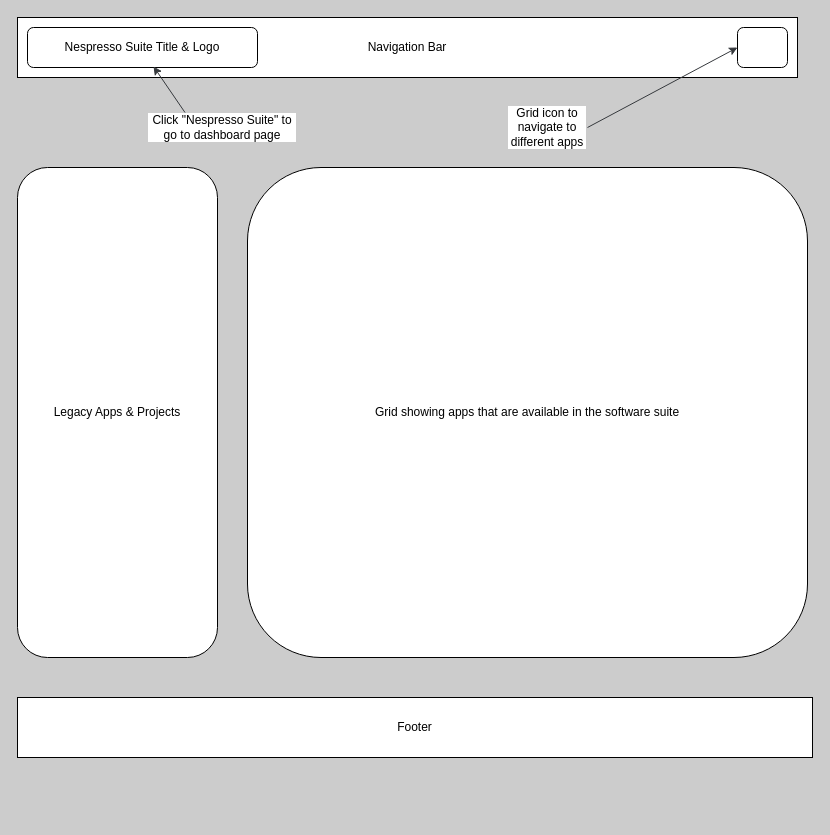
Before: README_Images/Dashboard.drawio in kjeshang/nespresso-suite, a draw.io diagram. Source tidied: cells renumbered, new cells numbered last; positions are measured from the earlier drawing's top-left corner, leaving out a move shared by most shapes. Both pictures are drawn from the tidied source at 100%, with x=0, y=0 at pixel (17, 17).
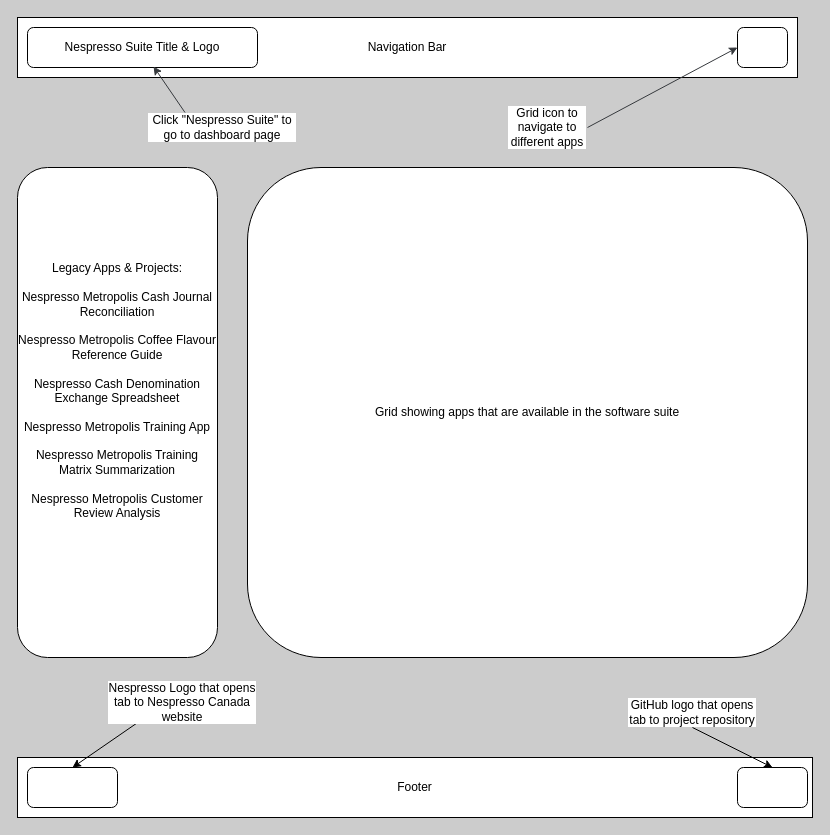
After the change.

Commit message (it also covers changes not shown here):
Desktop view of dashboard page created.

What changed in the source:
```diff
@@
 <mxGraphModel background="#CCCCCC">
   <root>
     <mxCell id="0" />
     <mxCell id="1" parent="0" />
     <mxCell id="2" value="Navigation Bar" style="rounded=0;whiteSpace=wrap;html=1;" parent="1" vertex="1">
       <mxGeometry width="780" height="60" as="geometry" />
     </mxCell>
     <mxCell id="3" value="Footer" style="rounded=0;whiteSpace=wrap;html=1;" parent="1" vertex="1">
-      <mxGeometry y="680" width="795" height="60" as="geometry" />
+      <mxGeometry y="740" width="795" height="60" as="geometry" />
     </mxCell>
     <mxCell id="4" style="rounded=1;whiteSpace=wrap;html=1;" parent="1" vertex="1">
       <mxGeometry x="720" y="10" width="50" height="40" as="geometry" />
     </mxCell>
     <mxCell id="5" value="Nespresso Suite Title &amp;amp; Logo" style="rounded=1;whiteSpace=wrap;html=1;" parent="1" vertex="1">
       <mxGeometry x="10" y="10" width="230" height="40" as="geometry" />
     </mxCell>
     <mxCell id="6" style="edgeStyle=none;html=1;exitX=1;exitY=0.5;exitDx=0;exitDy=0;entryX=0;entryY=0.5;entryDx=0;entryDy=0;labelBorderColor=#FFFFFF;textShadow=1;fillColor=#f9f7ed;strokeColor=#36393d;" parent="1" edge="1" source="7" target="4">
       <mxGeometry relative="1" as="geometry" />
     </mxCell>
     <mxCell id="7" value="Grid icon to navigate to different apps" style="text;html=1;align=center;verticalAlign=middle;whiteSpace=wrap;rounded=0;labelBackgroundColor=#FFFFFF;" parent="1" vertex="1">
       <mxGeometry x="490" y="80" width="80" height="60" as="geometry" />
     </mxCell>
     <mxCell id="8" value="Click &quot;Nespresso Suite&quot; to go to dashboard page" style="text;html=1;align=center;verticalAlign=middle;whiteSpace=wrap;rounded=0;labelBackgroundColor=#FFFFFF;" parent="1" vertex="1">
       <mxGeometry x="130" y="95" width="150" height="30" as="geometry" />
     </mxCell>
     <mxCell id="9" style="edgeStyle=none;html=1;exitX=0.25;exitY=0;exitDx=0;exitDy=0;entryX=0.548;entryY=0.975;entryDx=0;entryDy=0;entryPerimeter=0;labelBorderColor=#FFFFFF;textShadow=1;fillColor=#f9f7ed;strokeColor=#36393d;" parent="1" edge="1" source="8" target="5">
       <mxGeometry relative="1" as="geometry" />
     </mxCell>
-    <mxCell id="10" value="Legacy Apps &amp;amp; Projects" style="rounded=1;whiteSpace=wrap;html=1;" parent="1" vertex="1">
+    <mxCell id="10" value="Legacy Apps &amp;amp; Projects:&lt;div&gt;&lt;br&gt;&lt;/div&gt;&lt;div&gt;Nespresso Metropolis Cash Journal Reconciliation&lt;/div&gt;&lt;div&gt;&lt;br&gt;&lt;/div&gt;&lt;div&gt;Nespresso Metropolis Coffee Flavour Reference Guide&lt;/div&gt;&lt;div&gt;&lt;br&gt;&lt;/div&gt;&lt;div&gt;Nespresso Cash Denomination Exchange Spreadsheet&lt;/div&gt;&lt;div&gt;&lt;br&gt;&lt;/div&gt;&lt;div&gt;Nespresso Metropolis Training App&lt;/div&gt;&lt;div&gt;&lt;br&gt;&lt;/div&gt;&lt;div&gt;Nespresso Metropolis Training Matrix Summarization&lt;/div&gt;&lt;div&gt;&lt;br&gt;&lt;/div&gt;&lt;div&gt;Nespresso Metropolis Customer Review Analysis&lt;/div&gt;&lt;div&gt;&lt;br&gt;&lt;/div&gt;&lt;div&gt;&lt;br&gt;&lt;/div&gt;&lt;div&gt;&lt;br&gt;&lt;/div&gt;" style="rounded=1;whiteSpace=wrap;html=1;" parent="1" vertex="1">
       <mxGeometry y="150" width="200" height="490" as="geometry" />
     </mxCell>
     <mxCell id="11" value="Grid showing apps that are available in the software suite" style="rounded=1;whiteSpace=wrap;html=1;" parent="1" vertex="1">
       <mxGeometry x="230" y="150" width="560" height="490" as="geometry" />
     </mxCell>
+    <mxCell id="12" style="rounded=1;whiteSpace=wrap;html=1;" parent="1" vertex="1">
+      <mxGeometry x="10" y="750" width="90" height="40" as="geometry" />
+    </mxCell>
+    <mxCell id="13" style="rounded=1;whiteSpace=wrap;html=1;" parent="1" vertex="1">
+      <mxGeometry x="720" y="750" width="70" height="40" as="geometry" />
+    </mxCell>
+    <mxCell id="14" style="edgeStyle=none;html=1;exitX=0.25;exitY=1;exitDx=0;exitDy=0;entryX=0.5;entryY=0;entryDx=0;entryDy=0;" parent="1" edge="1" source="15" target="12">
+      <mxGeometry relative="1" as="geometry" />
+    </mxCell>
+    <mxCell id="15" value="Nespresso Logo that opens tab to Nespresso Canada website" style="text;html=1;align=center;verticalAlign=middle;whiteSpace=wrap;rounded=0;labelBackgroundColor=#FFFFFF;" parent="1" vertex="1">
+      <mxGeometry x="90" y="670" width="150" height="30" as="geometry" />
+    </mxCell>
+    <mxCell id="16" style="edgeStyle=none;html=1;exitX=0.5;exitY=1;exitDx=0;exitDy=0;entryX=0.5;entryY=0;entryDx=0;entryDy=0;" parent="1" edge="1" source="17" target="13">
+      <mxGeometry relative="1" as="geometry" />
+    </mxCell>
+    <mxCell id="17" value="GitHub logo that opens tab to project repository" style="text;html=1;align=center;verticalAlign=middle;whiteSpace=wrap;rounded=0;labelBackgroundColor=#FFFFFF;" parent="1" vertex="1">
+      <mxGeometry x="610" y="680" width="130" height="30" as="geometry" />
+    </mxCell>
   </root>
 </mxGraphModel>
```
